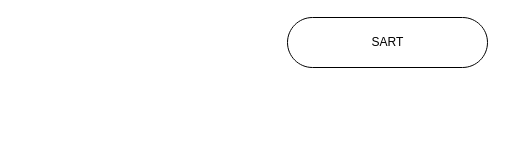
ZannaJ/TODO_Manager keeps this draw.io diagram as To_Do_Manager_Diagram.drawio. Above is the earlier version. Source tidied: cells renumbered, new cells numbered last; positions are measured from the earlier drawing's top-left corner, leaving out a move shared by most shapes. Both pictures are drawn from the tidied source at 100%, with x=0, y=0 at pixel (287, 17).
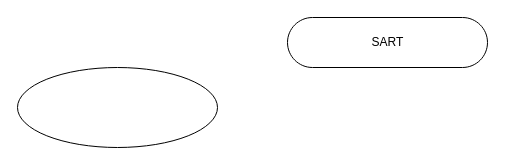
The same diagram, later.

What changed in the source:
```diff
@@
 <mxGraphModel>
   <root>
     <mxCell id="0" />
     <mxCell id="1" parent="0" />
     <mxCell id="2" value="SART" style="html=1;dashed=0;whitespace=wrap;shape=mxgraph.dfd.start;" parent="1" vertex="1">
       <mxGeometry width="200" height="50" as="geometry" />
     </mxCell>
+    <mxCell id="3" style="ellipse;whiteSpace=wrap;html=1;" parent="1" vertex="1">
+      <mxGeometry x="-270" y="50" width="200" height="80" as="geometry" />
+    </mxCell>
   </root>
 </mxGraphModel>
```
